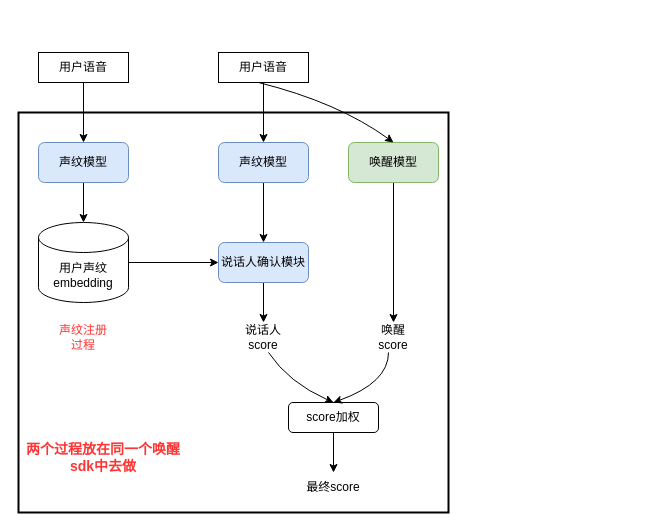
The draw.io diagram 个性化唤醒.drawio in ZhangHammer/ZhangHammer, before the edit. Source tidied: cells renumbered, new cells numbered last; positions are measured from the earlier drawing's top-left corner, leaving out a move shared by most shapes. Both pictures are drawn from the tidied source at 100%, with x=0, y=0 at pixel (18, 52).
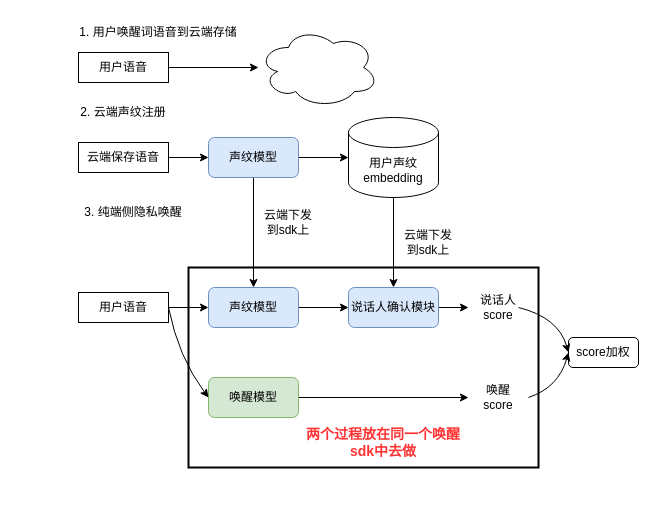
Above is the later version.

Commit message:
纯端侧个性化唤醒.drawio

The edit, as a diff of the source:
```diff
@@
-    <mxCell id="2" style="rounded=0;whiteSpace=wrap;html=1;fillColor=none;strokeWidth=2;" parent="1" vertex="1">
-      <mxGeometry y="60" width="430" height="400" as="geometry" />
-    </mxCell>
-    <mxCell id="3" style="edgeStyle=orthogonalEdgeStyle;rounded=0;jettySize=auto;html=1;" parent="1" edge="1" source="4" target="6">
-      <mxGeometry relative="1" as="geometry" />
-    </mxCell>
-    <mxCell id="4" value="用户语音" style="rounded=0;whiteSpace=wrap;html=1;" parent="1" vertex="1">
-      <mxGeometry x="20" width="90" height="30" as="geometry" />
-    </mxCell>
-    <mxCell id="5" style="edgeStyle=orthogonalEdgeStyle;rounded=0;jettySize=auto;html=1;" parent="1" edge="1" source="6" target="10">
-      <mxGeometry relative="1" as="geometry" />
-    </mxCell>
-    <mxCell id="6" value="声纹模型" style="rounded=1;whiteSpace=wrap;html=1;fillColor=#dae8fc;strokeColor=#6c8ebf;" parent="1" vertex="1">
-      <mxGeometry x="20" y="90" width="90" height="40" as="geometry" />
-    </mxCell>
+    <mxCell id="27" style="edgeStyle=orthogonalEdgeStyle;rounded=0;jettySize=auto;html=1;" parent="1" edge="1" source="28" target="29">
+      <mxGeometry relative="1" as="geometry" />
+    </mxCell>
+    <mxCell id="28" value="用户语音" style="rounded=0;whiteSpace=wrap;html=1;" parent="1" vertex="1">
+      <mxGeometry x="60" width="90" height="30" as="geometry" />
+    </mxCell>
+    <mxCell id="29" style="ellipse;shape=cloud;whiteSpace=wrap;html=1;" parent="1" vertex="1">
+      <mxGeometry x="240" y="-25" width="120" height="80" as="geometry" />
+    </mxCell>
+    <mxCell id="30" value="1. 用户唤醒词语音到云端存储" style="text;html=1;align=center;verticalAlign=middle;whiteSpace=wrap;rounded=0;" parent="1" vertex="1">
+      <mxGeometry x="50" y="-35" width="180" height="30" as="geometry" />
+    </mxCell>
+    <mxCell id="31" value="2. 云端声纹注册" style="text;html=1;align=center;verticalAlign=middle;whiteSpace=wrap;rounded=0;" parent="1" vertex="1">
+      <mxGeometry x="50" y="45" width="110" height="30" as="geometry" />
+    </mxCell>
+    <mxCell id="32" style="edgeStyle=orthogonalEdgeStyle;rounded=0;jettySize=auto;html=1;" parent="1" edge="1" source="33" target="36">
+      <mxGeometry relative="1" as="geometry" />
+    </mxCell>
+    <mxCell id="33" value="云端保存语音" style="rounded=0;whiteSpace=wrap;html=1;" parent="1" vertex="1">
+      <mxGeometry x="60" y="90" width="90" height="30" as="geometry" />
+    </mxCell>
+    <mxCell id="34" style="edgeStyle=orthogonalEdgeStyle;rounded=0;jettySize=auto;html=1;" parent="1" edge="1" source="36" target="10">
+      <mxGeometry relative="1" as="geometry" />
+    </mxCell>
+    <mxCell id="35" style="edgeStyle=orthogonalEdgeStyle;rounded=0;jettySize=auto;html=1;" parent="1" edge="1" source="36" target="41">
+      <mxGeometry relative="1" as="geometry" />
+    </mxCell>
+    <mxCell id="36" value="声纹模型" style="rounded=1;whiteSpace=wrap;html=1;fillColor=#dae8fc;strokeColor=#6c8ebf;" parent="1" vertex="1">
+      <mxGeometry x="190" y="85" width="90" height="40" as="geometry" />
+    </mxCell>
+    <mxCell id="9" style="edgeStyle=orthogonalEdgeStyle;rounded=0;jettySize=auto;html=1;" parent="1" edge="1" source="10" target="14">
+      <mxGeometry relative="1" as="geometry" />
+    </mxCell>
+    <mxCell id="10" value="用户声纹embedding" style="shape=cylinder3;whiteSpace=wrap;html=1;boundedLbl=1;backgroundOutline=1;size=15;" parent="1" vertex="1">
+      <mxGeometry x="330" y="65" width="90" height="80" as="geometry" />
+    </mxCell>
+    <mxCell id="37" value="3. 纯端侧隐私唤醒" style="text;html=1;align=center;verticalAlign=middle;whiteSpace=wrap;rounded=0;" parent="1" vertex="1">
+      <mxGeometry x="60" y="145" width="110" height="30" as="geometry" />
+    </mxCell>
+    <mxCell id="38" style="edgeStyle=orthogonalEdgeStyle;rounded=0;jettySize=auto;html=1;" parent="1" edge="1" source="39" target="41">
+      <mxGeometry relative="1" as="geometry" />
+    </mxCell>
+    <mxCell id="39" value="用户语音" style="rounded=0;whiteSpace=wrap;html=1;" parent="1" vertex="1">
+      <mxGeometry x="60" y="240" width="90" height="30" as="geometry" />
+    </mxCell>
+    <mxCell id="40" style="edgeStyle=orthogonalEdgeStyle;rounded=0;jettySize=auto;html=1;" parent="1" edge="1" source="41" target="14">
+      <mxGeometry relative="1" as="geometry" />
+    </mxCell>
+    <mxCell id="41" value="声纹模型" style="rounded=1;whiteSpace=wrap;html=1;fillColor=#dae8fc;strokeColor=#6c8ebf;" parent="1" vertex="1">
+      <mxGeometry x="190" y="235" width="90" height="40" as="geometry" />
+    </mxCell>
+    <mxCell id="13" style="edgeStyle=orthogonalEdgeStyle;rounded=0;jettySize=auto;html=1;" parent="1" edge="1" source="14" target="20">
+      <mxGeometry relative="1" as="geometry" />
+    </mxCell>
+    <mxCell id="14" value="说话人确认模块" style="rounded=1;whiteSpace=wrap;html=1;fillColor=#dae8fc;strokeColor=#6c8ebf;" parent="1" vertex="1">
+      <mxGeometry x="330" y="235" width="90" height="40" as="geometry" />
+    </mxCell>
+    <mxCell id="42" value="云端下发到sdk上" style="text;html=1;align=center;verticalAlign=middle;whiteSpace=wrap;rounded=0;" parent="1" vertex="1">
+      <mxGeometry x="240" y="155" width="60" height="30" as="geometry" />
+    </mxCell>
+    <mxCell id="43" value="云端下发到sdk上" style="text;html=1;align=center;verticalAlign=middle;whiteSpace=wrap;rounded=0;" parent="1" vertex="1">
+      <mxGeometry x="380" y="175" width="60" height="30" as="geometry" />
+    </mxCell>
-    <mxCell id="7" style="edgeStyle=orthogonalEdgeStyle;rounded=0;jettySize=auto;html=1;entryX=0.5;entryY=0;entryDx=0;entryDy=0;" parent="1" edge="1" source="8" target="21">
+    <mxCell id="7" style="edgeStyle=orthogonalEdgeStyle;rounded=0;jettySize=auto;html=1;entryX=0;entryY=0.5;entryDx=0;entryDy=0;" parent="1" edge="1" source="8" target="21">
       <mxGeometry relative="1" as="geometry" />
     </mxCell>
     <mxCell id="8" value="唤醒模型" style="rounded=1;whiteSpace=wrap;html=1;fillColor=#d5e8d4;strokeColor=#82b366;" parent="1" vertex="1">
-      <mxGeometry x="330" y="90" width="90" height="40" as="geometry" />
+      <mxGeometry x="190" y="325" width="90" height="40" as="geometry" />
     </mxCell>
-    <mxCell id="9" style="edgeStyle=orthogonalEdgeStyle;rounded=0;jettySize=auto;html=1;" parent="1" edge="1" source="10" target="14">
-      <mxGeometry relative="1" as="geometry" />
-    </mxCell>
-    <mxCell id="10" value="用户声纹embedding" style="shape=cylinder3;whiteSpace=wrap;html=1;boundedLbl=1;backgroundOutline=1;size=15;" parent="1" vertex="1">
-      <mxGeometry x="20" y="170" width="90" height="80" as="geometry" />
-    </mxCell>
-    <mxCell id="11" style="edgeStyle=orthogonalEdgeStyle;rounded=0;jettySize=auto;html=1;" parent="1" edge="1" source="12" target="14">
-      <mxGeometry relative="1" as="geometry" />
-    </mxCell>
-    <mxCell id="12" value="声纹模型" style="rounded=1;whiteSpace=wrap;html=1;fillColor=#dae8fc;strokeColor=#6c8ebf;" parent="1" vertex="1">
-      <mxGeometry x="200" y="90" width="90" height="40" as="geometry" />
-    </mxCell>
-    <mxCell id="13" style="edgeStyle=orthogonalEdgeStyle;rounded=0;jettySize=auto;html=1;" parent="1" edge="1" source="14" target="20">
-      <mxGeometry relative="1" as="geometry" />
-    </mxCell>
-    <mxCell id="14" value="说话人确认模块" style="rounded=1;whiteSpace=wrap;html=1;fillColor=#dae8fc;strokeColor=#6c8ebf;" parent="1" vertex="1">
-      <mxGeometry x="200" y="190" width="90" height="40" as="geometry" />
-    </mxCell>
-    <mxCell id="15" style="edgeStyle=orthogonalEdgeStyle;rounded=0;jettySize=auto;html=1;" parent="1" edge="1" source="16" target="12">
-      <mxGeometry relative="1" as="geometry" />
-    </mxCell>
-    <mxCell id="16" value="用户语音" style="rounded=0;whiteSpace=wrap;html=1;" parent="1" vertex="1">
-      <mxGeometry x="200" width="90" height="30" as="geometry" />
-    </mxCell>
-    <mxCell id="17" style="curved=1;endArrow=classic;html=1;rounded=0;entryX=0.5;entryY=0;entryDx=0;entryDy=0;" parent="1" edge="1" target="8">
-      <mxGeometry relative="1" as="geometry">
-        <mxPoint x="240" y="30" as="sourcePoint" />
-        <Array as="points">
-          <mxPoint x="320" y="50" />
-        </Array>
-      </mxGeometry>
-    </mxCell>
-    <mxCell id="18" style="edgeStyle=orthogonalEdgeStyle;rounded=0;jettySize=auto;html=1;" parent="1" edge="1" source="19" target="24">
-      <mxGeometry relative="1" as="geometry" />
-    </mxCell>
-    <mxCell id="19" value="score加权" style="rounded=1;whiteSpace=wrap;html=1;" parent="1" vertex="1">
-      <mxGeometry x="270" y="350" width="90" height="30" as="geometry" />
-    </mxCell>
+    <mxCell id="44" style="curved=1;endArrow=classic;html=1;rounded=0;entryX=0;entryY=0.5;entryDx=0;entryDy=0;" parent="1" edge="1" target="8">
+      <mxGeometry relative="1" as="geometry">
+        <mxPoint x="150" y="255" as="sourcePoint" />
+        <Array as="points">
+          <mxPoint x="160" y="305" />
+        </Array>
+      </mxGeometry>
+    </mxCell>
     <mxCell id="20" value="说话人score" style="text;html=1;align=center;verticalAlign=middle;whiteSpace=wrap;rounded=0;" parent="1" vertex="1">
-      <mxGeometry x="215" y="270" width="60" height="30" as="geometry" />
+      <mxGeometry x="450" y="240" width="60" height="30" as="geometry" />
     </mxCell>
     <mxCell id="21" value="唤醒&lt;div&gt;score&lt;/div&gt;" style="text;html=1;align=center;verticalAlign=middle;whiteSpace=wrap;rounded=0;" parent="1" vertex="1">
-      <mxGeometry x="345" y="270" width="60" height="30" as="geometry" />
+      <mxGeometry x="450" y="330" width="60" height="30" as="geometry" />
     </mxCell>
-    <mxCell id="22" style="curved=1;endArrow=classic;html=1;rounded=0;entryX=0.5;entryY=0;entryDx=0;entryDy=0;" parent="1" edge="1" target="19">
-      <mxGeometry relative="1" as="geometry">
-        <mxPoint x="250" y="300" as="sourcePoint" />
-        <Array as="points">
-          <mxPoint x="270" y="330" />
-        </Array>
-      </mxGeometry>
-    </mxCell>
-    <mxCell id="23" style="curved=1;endArrow=classic;html=1;rounded=0;entryX=0.5;entryY=0;entryDx=0;entryDy=0;" parent="1" edge="1" target="19">
-      <mxGeometry relative="1" as="geometry">
-        <mxPoint x="370" y="300" as="sourcePoint" />
-        <Array as="points">
-          <mxPoint x="370" y="330" />
-        </Array>
-      </mxGeometry>
-    </mxCell>
-    <mxCell id="24" value="最终score" style="text;html=1;align=center;verticalAlign=middle;whiteSpace=wrap;rounded=0;" parent="1" vertex="1">
-      <mxGeometry x="285" y="420" width="60" height="30" as="geometry" />
-    </mxCell>
-    <mxCell id="25" value="&lt;font color=&quot;#ff3333&quot;&gt;声纹注册过程&lt;/font&gt;" style="text;html=1;align=center;verticalAlign=middle;whiteSpace=wrap;rounded=0;" parent="1" vertex="1">
-      <mxGeometry x="35" y="270" width="60" height="30" as="geometry" />
-    </mxCell>
+    <mxCell id="19" value="score加权" style="rounded=1;whiteSpace=wrap;html=1;" parent="1" vertex="1">
+      <mxGeometry x="550" y="285" width="70" height="30" as="geometry" />
+    </mxCell>
+    <mxCell id="45" style="curved=1;endArrow=classic;html=1;rounded=0;entryX=0;entryY=0.5;entryDx=0;entryDy=0;" parent="1" edge="1" target="19">
+      <mxGeometry relative="1" as="geometry">
+        <mxPoint x="500" y="255" as="sourcePoint" />
+        <Array as="points">
+          <mxPoint x="540" y="265" />
+        </Array>
+      </mxGeometry>
+    </mxCell>
+    <mxCell id="46" style="curved=1;endArrow=classic;html=1;rounded=0;entryX=0;entryY=0.5;entryDx=0;entryDy=0;" parent="1" edge="1" target="19">
+      <mxGeometry relative="1" as="geometry">
+        <mxPoint x="510" y="345" as="sourcePoint" />
+        <Array as="points">
+          <mxPoint x="540" y="335" />
+        </Array>
+      </mxGeometry>
+    </mxCell>
+    <mxCell id="47" style="rounded=0;whiteSpace=wrap;html=1;fillColor=none;strokeWidth=2;" parent="1" vertex="1">
+      <mxGeometry x="170" y="215" width="350" height="200" as="geometry" />
+    </mxCell>
     <mxCell id="26" value="&lt;font color=&quot;#ff3333&quot; style=&quot;font-size: 14px;&quot;&gt;&lt;b&gt;两个过程放在同一个唤醒sdk中去做&lt;/b&gt;&lt;/font&gt;" style="text;html=1;align=center;verticalAlign=middle;whiteSpace=wrap;rounded=0;" parent="1" vertex="1">
-      <mxGeometry y="360" width="170" height="90" as="geometry" />
+      <mxGeometry x="280" y="345" width="170" height="90" as="geometry" />
     </mxCell>
```
